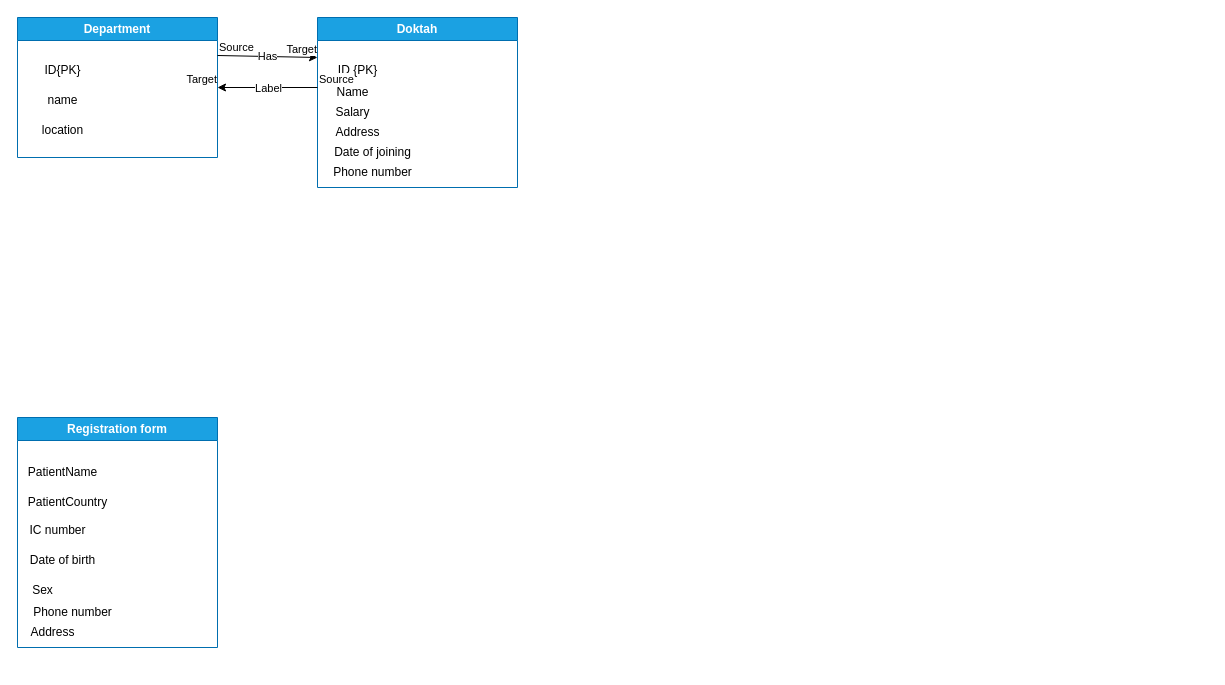
The draw.io diagram Untitled Diagram.drawio in Antonioiewh/DB_MANAGEMENT, before the edit. Source tidied: cells renumbered, new cells numbered last; positions are measured from the earlier drawing's top-left corner, leaving out a move shared by most shapes. Both pictures are drawn from the tidied source at 100%, with x=0, y=0 at pixel (17, 17).
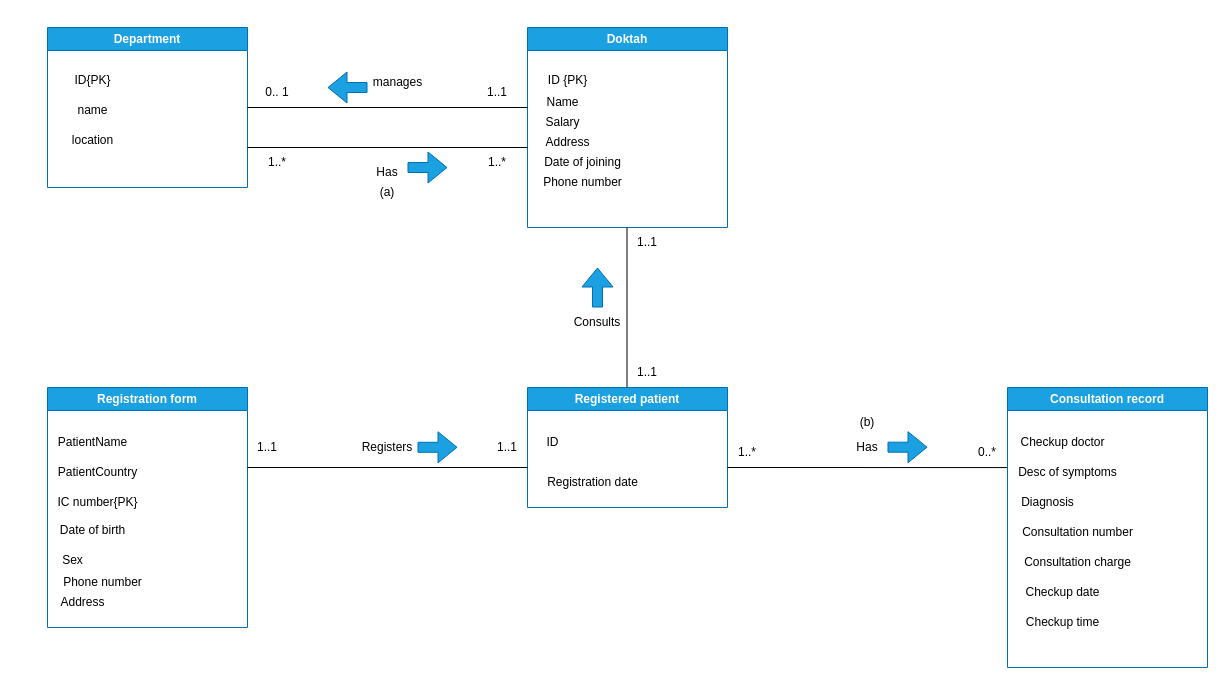
The same page after the edit.

The edit, as a diff of the source:
```diff
@@
     <mxCell id="2" value="Department" style="swimlane;whiteSpace=wrap;html=1;fillColor=#1ba1e2;fontColor=#ffffff;strokeColor=#006EAF;fillStyle=auto;" parent="1" vertex="1">
-      <mxGeometry width="200" height="140" as="geometry" />
+      <mxGeometry x="30" y="10" width="200" height="160" as="geometry" />
     </mxCell>
@@
     <mxCell id="6" value="Doktah" style="swimlane;whiteSpace=wrap;html=1;fillColor=#1ba1e2;fontColor=#ffffff;strokeColor=#006EAF;" parent="1" vertex="1">
-      <mxGeometry x="300" width="200" height="170" as="geometry" />
+      <mxGeometry x="510" y="10" width="200" height="200" as="geometry" />
     </mxCell>
@@
-    <mxCell id="13" style="endArrow=classic;html=1;rounded=0;" parent="1" edge="1">
-      <mxGeometry relative="1" as="geometry">
-        <mxPoint x="200" y="38" as="sourcePoint" />
-        <mxPoint x="300" y="40" as="targetPoint" />
-      </mxGeometry>
-    </mxCell>
-    <mxCell id="14" value="Has" style="edgeLabel;html=1;align=center;verticalAlign=middle;" parent="13" vertex="1">
-      <mxGeometry relative="1" as="geometry" />
-    </mxCell>
-    <mxCell id="15" value="Source" style="edgeLabel;html=1;align=left;verticalAlign=bottom;" parent="13" vertex="1">
-      <mxGeometry x="-1" relative="1" as="geometry" />
-    </mxCell>
-    <mxCell id="16" value="Target" style="edgeLabel;html=1;align=right;verticalAlign=bottom;" parent="13" vertex="1">
-      <mxGeometry x="1" relative="1" as="geometry" />
-    </mxCell>
-    <mxCell id="17" style="endArrow=classic;html=1;rounded=0;" parent="1" edge="1">
-      <mxGeometry relative="1" as="geometry">
-        <mxPoint x="300" y="70" as="sourcePoint" />
-        <mxPoint x="200" y="70" as="targetPoint" />
-      </mxGeometry>
-    </mxCell>
-    <mxCell id="18" value="Label" style="edgeLabel;html=1;align=center;verticalAlign=middle;" parent="17" vertex="1">
-      <mxGeometry relative="1" as="geometry" />
-    </mxCell>
-    <mxCell id="19" value="Source" style="edgeLabel;html=1;align=left;verticalAlign=bottom;" parent="17" vertex="1">
-      <mxGeometry x="-1" relative="1" as="geometry" />
-    </mxCell>
-    <mxCell id="20" value="Target" style="edgeLabel;html=1;align=right;verticalAlign=bottom;" parent="17" vertex="1">
-      <mxGeometry x="1" relative="1" as="geometry" />
-    </mxCell>
     <mxCell id="21" value="Registration form" style="swimlane;whiteSpace=wrap;html=1;fillColor=#1ba1e2;fontColor=#ffffff;strokeColor=#006EAF;" parent="1" vertex="1">
-      <mxGeometry y="400" width="200" height="230" as="geometry" />
+      <mxGeometry x="30" y="370" width="200" height="240" as="geometry" />
     </mxCell>
@@
-    <mxCell id="24" value="IC number" style="text;html=1;align=center;verticalAlign=middle;strokeColor=none;fillColor=none;" parent="21" vertex="1">
-      <mxGeometry y="98" width="80" height="30" as="geometry" />
+    <mxCell id="24" value="IC number{PK}" style="text;html=1;align=center;verticalAlign=middle;strokeColor=none;fillColor=none;" parent="21" vertex="1">
+      <mxGeometry y="100" width="100" height="30" as="geometry" />
     </mxCell>
@@
+    <mxCell id="29" value="Registered patient" style="swimlane;whiteSpace=wrap;html=1;fillColor=#1ba1e2;fontColor=#ffffff;strokeColor=#006EAF;" parent="1" vertex="1">
+      <mxGeometry x="510" y="370" width="200" height="120" as="geometry" />
+    </mxCell>
+    <mxCell id="30" value="ID" style="text;html=1;align=center;verticalAlign=middle;strokeColor=none;fillColor=none;" parent="29" vertex="1">
+      <mxGeometry x="5" y="40" width="40" height="30" as="geometry" />
+    </mxCell>
+    <mxCell id="31" value="Registration date" style="text;html=1;align=center;verticalAlign=middle;strokeColor=none;fillColor=none;" parent="29" vertex="1">
+      <mxGeometry x="10" y="80" width="110" height="30" as="geometry" />
+    </mxCell>
+    <mxCell id="32" style="endArrow=none;html=1;rounded=0;" parent="1" edge="1">
+      <mxGeometry relative="1" as="geometry">
+        <mxPoint x="230" y="90" as="sourcePoint" />
+        <mxPoint x="510" y="90" as="targetPoint" />
+      </mxGeometry>
+    </mxCell>
+    <mxCell id="33" style="endArrow=none;html=1;rounded=0;" parent="1" edge="1">
+      <mxGeometry relative="1" as="geometry">
+        <mxPoint x="230" y="130" as="sourcePoint" />
+        <mxPoint x="510" y="130" as="targetPoint" />
+      </mxGeometry>
+    </mxCell>
+    <mxCell id="34" style="endArrow=none;html=1;rounded=0;entryX=0.5;entryY=1;entryDx=0;entryDy=0;exitX=0.5;exitY=0;exitDx=0;exitDy=0;" parent="1" edge="1">
+      <mxGeometry relative="1" as="geometry">
+        <mxPoint x="609.5" y="370" as="sourcePoint" />
+        <mxPoint x="609.5" y="210" as="targetPoint" />
+      </mxGeometry>
+    </mxCell>
+    <mxCell id="35" value="Consultation record" style="swimlane;whiteSpace=wrap;html=1;fillColor=#1ba1e2;fontColor=#ffffff;strokeColor=#006EAF;" parent="1" vertex="1">
+      <mxGeometry x="990" y="370" width="200" height="280" as="geometry" />
+    </mxCell>
+    <mxCell id="36" value="Checkup doctor" style="text;html=1;align=center;verticalAlign=middle;strokeColor=none;fillColor=none;" parent="35" vertex="1">
+      <mxGeometry y="40" width="110" height="30" as="geometry" />
+    </mxCell>
+    <mxCell id="37" value="Desc of symptoms" style="text;html=1;align=center;verticalAlign=middle;points=[];strokeColor=none;fillColor=none;" parent="35" vertex="1">
+      <mxGeometry y="70" width="120" height="30" as="geometry" />
+    </mxCell>
+    <mxCell id="38" value="Diagnosis" style="text;html=1;align=center;verticalAlign=middle;strokeColor=none;fillColor=none;" parent="35" vertex="1">
+      <mxGeometry y="100" width="80" height="30" as="geometry" />
+    </mxCell>
+    <mxCell id="39" value="Consultation number" style="text;html=1;align=center;verticalAlign=middle;strokeColor=none;fillColor=none;" parent="35" vertex="1">
+      <mxGeometry x="5" y="130" width="130" height="30" as="geometry" />
+    </mxCell>
+    <mxCell id="40" value="Consultation charge" style="text;html=1;align=center;verticalAlign=middle;strokeColor=none;fillColor=none;" parent="35" vertex="1">
+      <mxGeometry x="5" y="160" width="130" height="30" as="geometry" />
+    </mxCell>
+    <mxCell id="41" value="Checkup date" style="text;html=1;align=center;verticalAlign=middle;strokeColor=none;fillColor=none;" parent="35" vertex="1">
+      <mxGeometry x="5" y="190" width="100" height="30" as="geometry" />
+    </mxCell>
+    <mxCell id="42" value="Checkup time" style="text;html=1;align=center;verticalAlign=middle;strokeColor=none;fillColor=none;" parent="35" vertex="1">
+      <mxGeometry x="5" y="220" width="100" height="30" as="geometry" />
+    </mxCell>
+    <mxCell id="43" style="endArrow=none;html=1;rounded=0;entryX=-0.004;entryY=0.336;entryDx=0;entryDy=0;entryPerimeter=0;" parent="1" edge="1" target="37">
+      <mxGeometry relative="1" as="geometry">
+        <mxPoint x="710" y="450" as="sourcePoint" />
+      </mxGeometry>
+    </mxCell>
+    <mxCell id="44" style="endArrow=none;html=1;rounded=0;" parent="1" edge="1">
+      <mxGeometry relative="1" as="geometry">
+        <mxPoint x="230" y="450" as="sourcePoint" />
+        <mxPoint x="510" y="450" as="targetPoint" />
+      </mxGeometry>
+    </mxCell>
+    <mxCell id="45" value="manages" style="text;html=1;align=center;verticalAlign=middle;strokeColor=none;fillColor=none;" parent="1" vertex="1">
+      <mxGeometry x="345" y="50" width="70" height="30" as="geometry" />
+    </mxCell>
+    <mxCell id="46" value="0.. 1" style="text;html=1;align=center;verticalAlign=middle;whiteSpace=wrap;rounded=0;" parent="1" vertex="1">
+      <mxGeometry x="230" y="60" width="60" height="30" as="geometry" />
+    </mxCell>
+    <mxCell id="47" style="shape=flexArrow;endArrow=block;html=1;rounded=0;fillColor=#1ba1e2;strokeColor=#006EAF;" parent="1" edge="1">
+      <mxGeometry relative="1" as="geometry">
+        <mxPoint x="390" y="150" as="sourcePoint" />
+        <mxPoint x="430" y="150" as="targetPoint" />
+      </mxGeometry>
+    </mxCell>
+    <mxCell id="48" style="shape=flexArrow;endArrow=block;html=1;rounded=0;fillColor=#1ba1e2;strokeColor=#006EAF;" parent="1" edge="1">
+      <mxGeometry relative="1" as="geometry">
+        <mxPoint x="350" y="70" as="sourcePoint" />
+        <mxPoint x="310" y="70" as="targetPoint" />
+      </mxGeometry>
+    </mxCell>
+    <mxCell id="49" value="Has" style="text;html=1;align=center;verticalAlign=middle;whiteSpace=wrap;rounded=0;" parent="1" vertex="1">
+      <mxGeometry x="340" y="140" width="60" height="30" as="geometry" />
+    </mxCell>
+    <mxCell id="50" value="1..1" style="text;html=1;align=center;verticalAlign=middle;whiteSpace=wrap;rounded=0;" parent="1" vertex="1">
+      <mxGeometry x="450" y="60" width="60" height="30" as="geometry" />
+    </mxCell>
+    <mxCell id="51" value="1..*" style="text;html=1;align=center;verticalAlign=middle;whiteSpace=wrap;rounded=0;" parent="1" vertex="1">
+      <mxGeometry x="230" y="130" width="60" height="30" as="geometry" />
+    </mxCell>
+    <mxCell id="52" value="1..*" style="text;html=1;align=center;verticalAlign=middle;whiteSpace=wrap;rounded=0;" parent="1" vertex="1">
+      <mxGeometry x="450" y="130" width="60" height="30" as="geometry" />
+    </mxCell>
+    <mxCell id="53" style="shape=flexArrow;endArrow=block;html=1;rounded=0;fillColor=#1ba1e2;strokeColor=#006EAF;" parent="1" edge="1">
+      <mxGeometry relative="1" as="geometry">
+        <mxPoint x="400" y="429.8" as="sourcePoint" />
+        <mxPoint x="440" y="429.8" as="targetPoint" />
+      </mxGeometry>
+    </mxCell>
+    <mxCell id="54" value="Registers" style="text;html=1;align=center;verticalAlign=middle;whiteSpace=wrap;rounded=0;" parent="1" vertex="1">
+      <mxGeometry x="340" y="415" width="60" height="30" as="geometry" />
+    </mxCell>
+    <mxCell id="55" value="1..1" style="text;html=1;align=center;verticalAlign=middle;whiteSpace=wrap;rounded=0;" parent="1" vertex="1">
+      <mxGeometry x="220" y="415" width="60" height="30" as="geometry" />
+    </mxCell>
+    <mxCell id="56" value="1..1" style="text;html=1;align=center;verticalAlign=middle;whiteSpace=wrap;rounded=0;" parent="1" vertex="1">
+      <mxGeometry x="460" y="415" width="60" height="30" as="geometry" />
+    </mxCell>
+    <mxCell id="57" style="shape=flexArrow;endArrow=block;html=1;rounded=0;fillColor=#1ba1e2;strokeColor=#006EAF;" parent="1" edge="1">
+      <mxGeometry relative="1" as="geometry">
+        <mxPoint x="580" y="290" as="sourcePoint" />
+        <mxPoint x="580" y="250" as="targetPoint" />
+      </mxGeometry>
+    </mxCell>
+    <mxCell id="58" value="Consults" style="text;html=1;align=center;verticalAlign=middle;whiteSpace=wrap;rounded=0;direction=west;flipV=1;flipH=1;" parent="1" vertex="1">
+      <mxGeometry x="550" y="290" width="60" height="30" as="geometry" />
+    </mxCell>
+    <mxCell id="59" value="1..1" style="text;html=1;align=center;verticalAlign=middle;whiteSpace=wrap;rounded=0;" parent="1" vertex="1">
+      <mxGeometry x="600" y="210" width="60" height="30" as="geometry" />
+    </mxCell>
+    <mxCell id="60" value="1..1" style="text;html=1;align=center;verticalAlign=middle;whiteSpace=wrap;rounded=0;" parent="1" vertex="1">
+      <mxGeometry x="600" y="340" width="60" height="30" as="geometry" />
+    </mxCell>
+    <mxCell id="61" style="shape=flexArrow;endArrow=block;html=1;rounded=0;fillColor=#1ba1e2;strokeColor=#006EAF;" parent="1" edge="1">
+      <mxGeometry relative="1" as="geometry">
+        <mxPoint x="870" y="429.7" as="sourcePoint" />
+        <mxPoint x="910" y="429.7" as="targetPoint" />
+      </mxGeometry>
+    </mxCell>
+    <mxCell id="62" value="Has" style="text;html=1;align=center;verticalAlign=middle;whiteSpace=wrap;rounded=0;" parent="1" vertex="1">
+      <mxGeometry x="820" y="415" width="60" height="30" as="geometry" />
+    </mxCell>
+    <mxCell id="63" value="1..*" style="text;html=1;align=center;verticalAlign=middle;whiteSpace=wrap;rounded=0;" parent="1" vertex="1">
+      <mxGeometry x="700" y="420" width="60" height="30" as="geometry" />
+    </mxCell>
+    <mxCell id="64" value="0..*" style="text;html=1;align=center;verticalAlign=middle;whiteSpace=wrap;rounded=0;" parent="1" vertex="1">
+      <mxGeometry x="940" y="420" width="60" height="30" as="geometry" />
+    </mxCell>
+    <mxCell id="65" value="&lt;font style=&quot;color: light-dark(rgb(0, 0, 0), rgb(255, 0, 0));&quot;&gt;(a)&lt;/font&gt;" style="text;html=1;align=center;verticalAlign=middle;whiteSpace=wrap;rounded=0;" parent="1" vertex="1">
+      <mxGeometry x="340" y="160" width="60" height="30" as="geometry" />
+    </mxCell>
+    <mxCell id="66" value="&lt;font style=&quot;color: light-dark(rgb(0, 0, 0), rgb(255, 0, 0));&quot;&gt;(b)&lt;/font&gt;" style="text;html=1;align=center;verticalAlign=middle;whiteSpace=wrap;rounded=0;" parent="1" vertex="1">
+      <mxGeometry x="820" y="390" width="60" height="30" as="geometry" />
+    </mxCell>
```
